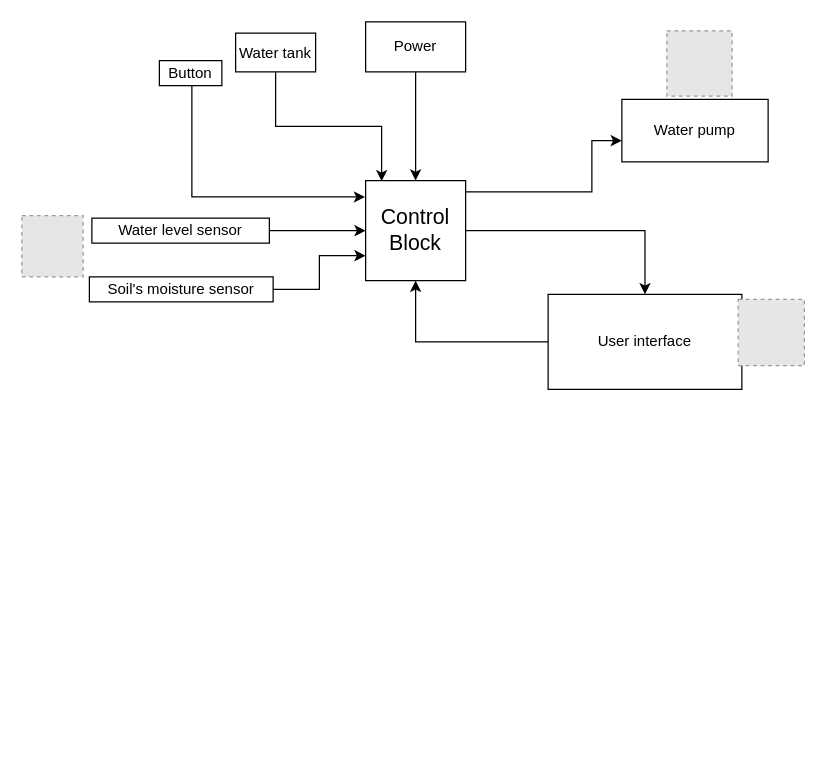
The draw.io diagram Untitled Diagram.drawio in anhkhangluu/test-project, before the edit. Source tidied: cells renumbered, new cells numbered last; positions are measured from the earlier drawing's top-left corner, leaving out a move shared by most shapes. Both pictures are drawn from the tidied source at 125%, with x=0, y=0 at pixel (21, 21). Pictures stored in the file or linked from it are replaced by grey dashed boxes.
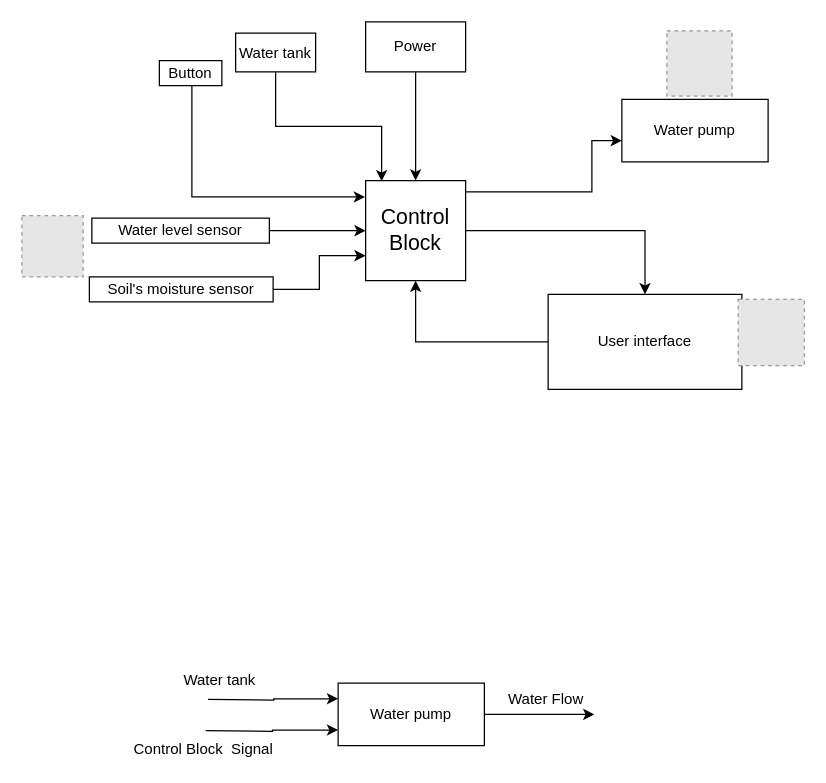
The same page after the edit.

Diff of the diagram source:
```diff
@@
+    <mxCell id="21" style="edgeStyle=orthogonalEdgeStyle;rounded=0;jettySize=auto;html=1;exitX=0;exitY=0.25;exitDx=0;exitDy=0;entryX=0;entryY=0.25;entryDx=0;entryDy=0;" parent="1" edge="1" target="24">
+      <mxGeometry relative="1" as="geometry">
+        <mxPoint x="149" y="542" as="sourcePoint" />
+      </mxGeometry>
+    </mxCell>
+    <mxCell id="22" style="edgeStyle=orthogonalEdgeStyle;rounded=0;jettySize=auto;html=1;exitX=0;exitY=0.75;exitDx=0;exitDy=0;entryX=0;entryY=0.75;entryDx=0;entryDy=0;" parent="1" edge="1" target="24">
+      <mxGeometry relative="1" as="geometry">
+        <mxPoint x="147" y="567" as="sourcePoint" />
+      </mxGeometry>
+    </mxCell>
+    <mxCell id="23" style="edgeStyle=orthogonalEdgeStyle;rounded=0;jettySize=auto;html=1;exitX=1;exitY=0.5;exitDx=0;exitDy=0;" parent="1" edge="1" source="24">
+      <mxGeometry relative="1" as="geometry">
+        <mxPoint x="458" y="554" as="targetPoint" />
+      </mxGeometry>
+    </mxCell>
+    <mxCell id="24" value="Water pump" style="whiteSpace=wrap;html=1;" parent="1" vertex="1">
+      <mxGeometry x="253" y="529" width="117" height="50" as="geometry" />
+    </mxCell>
+    <mxCell id="25" value="Water tank" style="text;html=1;align=center;verticalAlign=middle;strokeColor=none;fillColor=none;" parent="1" vertex="1">
+      <mxGeometry x="124" y="518" width="68" height="18" as="geometry" />
+    </mxCell>
+    <mxCell id="26" value="Control Block&amp;nbsp; Signal" style="text;html=1;align=center;verticalAlign=middle;strokeColor=none;fillColor=none;" parent="1" vertex="1">
+      <mxGeometry x="84" y="573" width="121" height="18" as="geometry" />
+    </mxCell>
+    <mxCell id="27" value="Water Flow" style="text;html=1;align=center;verticalAlign=middle;strokeColor=none;fillColor=none;" parent="1" vertex="1">
+      <mxGeometry x="384" y="533" width="70" height="18" as="geometry" />
+    </mxCell>
```
